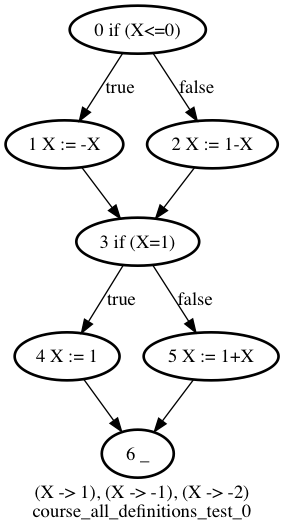
Above: graphs/course_all_definitions_test_0.png in ghigi123/ivf (Graphviz), before the change. Its source is kept beside it as graphs/course_all_definitions_test_0.dot. Its diagram source:
```dot
digraph course_all_definitions_test_0 {
	label = "(X -> 1), (X -> -1), (X -> -2)
course_all_definitions_test_0"
	"1 X := -X" [style = bold]
	"1 X := -X" -> "3 if (X=1)"
	"2 X := 1-X" -> "3 if (X=1)"
	"4 X := 1" -> "6 _"
	"5 X := 1+X" [style = bold]
	"3 if (X=1)" [style = bold]
	"4 X := 1" [style = bold]
	"6 _" [style = bold]
	"2 X := 1-X" [style = bold]
	"3 if (X=1)" -> "5 X := 1+X" [label = false]
	"0 if (X<=0)" -> "1 X := -X" [label = true]
	"5 X := 1+X" -> "6 _"
	"0 if (X<=0)" [style = bold]
	"0 if (X<=0)" -> "2 X := 1-X" [label = false]
	"3 if (X=1)" -> "4 X := 1" [label = true]
}
```
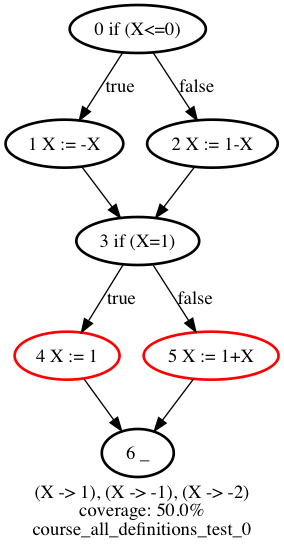
After the change.

Change to the diagram source:
```diff
@@ -1,19 +1,20 @@
 digraph course_all_definitions_test_0 {
 	label = "(X -> 1), (X -> -1), (X -> -2)
+coverage: 50.0%
 course_all_definitions_test_0"
 	"1 X := -X" [style = bold]
 	"1 X := -X" -> "3 if (X=1)"
 	"2 X := 1-X" -> "3 if (X=1)"
 	"4 X := 1" -> "6 _"
-	"5 X := 1+X" [style = bold]
 	"3 if (X=1)" [style = bold]
-	"4 X := 1" [style = bold]
 	"6 _" [style = bold]
 	"2 X := 1-X" [style = bold]
+	"4 X := 1" [color = red, style = bold]
 	"3 if (X=1)" -> "5 X := 1+X" [label = false]
 	"0 if (X<=0)" -> "1 X := -X" [label = true]
 	"5 X := 1+X" -> "6 _"
 	"0 if (X<=0)" [style = bold]
 	"0 if (X<=0)" -> "2 X := 1-X" [label = false]
 	"3 if (X=1)" -> "4 X := 1" [label = true]
+	"5 X := 1+X" [color = red, style = bold]
 }
```
